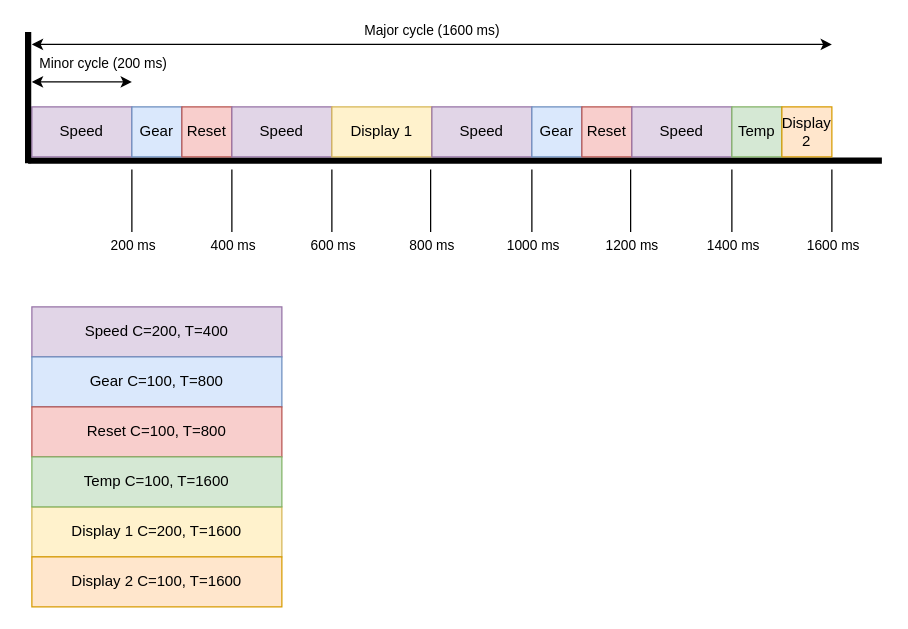
Before: assets/images/bike_computer_static_scheduler.drawio in kutoswiss/mse-aes-workspace, a draw.io diagram. Source tidied: cells renumbered, new cells numbered last; positions are measured from the earlier drawing's top-left corner, leaving out a move shared by most shapes. Both pictures are drawn from the tidied source at 125%, with x=0, y=0 at pixel (28, 31).
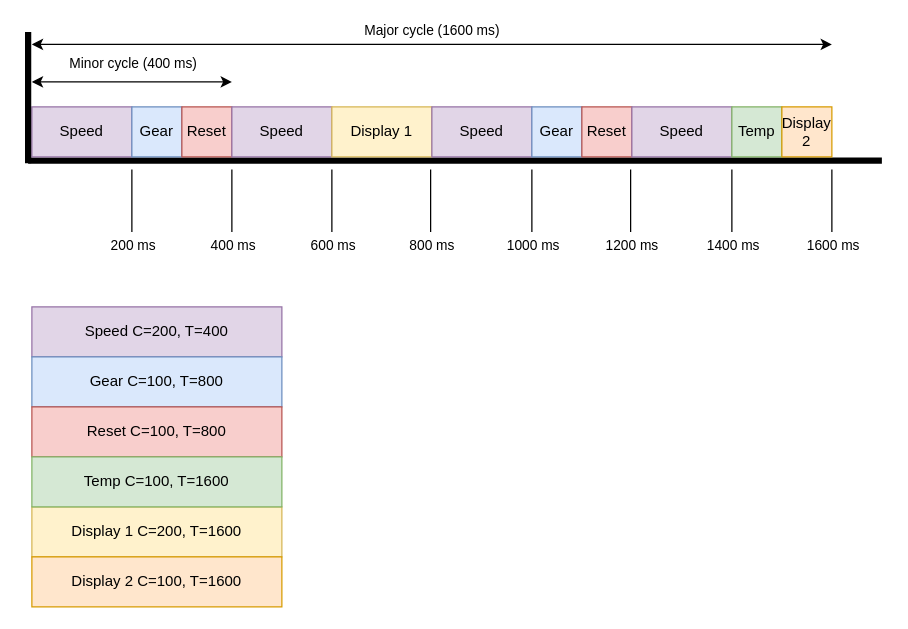
Above is the later version.

What changed in the source:
```diff
@@
     <mxCell id="33" style="endArrow=classic;startArrow=classic;html=1;rounded=0;defaultLabelBackgroundColor=page;" parent="1" edge="1">
       <mxGeometry relative="1" as="geometry">
         <mxPoint x="3" y="40" as="sourcePoint" />
-        <mxPoint x="83" y="40" as="targetPoint" />
+        <mxPoint x="163" y="40" as="targetPoint" />
       </mxGeometry>
     </mxCell>
-    <mxCell id="34" value="Minor cycle (200 ms)" style="edgeLabel;html=1;align=center;verticalAlign=middle;inheritText=1;defaultLabelBackgroundColor=page;" parent="33" vertex="1">
-      <mxGeometry x="0.2" y="-2" relative="1" as="geometry">
-        <mxPoint x="8" y="-18" as="offset" />
+    <mxCell id="34" value="Minor cycle (400 ms)" style="edgeLabel;html=1;align=center;verticalAlign=middle;inheritText=1;defaultLabelBackgroundColor=page;" parent="33" vertex="1">
+      <mxGeometry x="-0.4" y="-2" relative="1" as="geometry">
+        <mxPoint x="32" y="-18" as="offset" />
       </mxGeometry>
     </mxCell>
```
